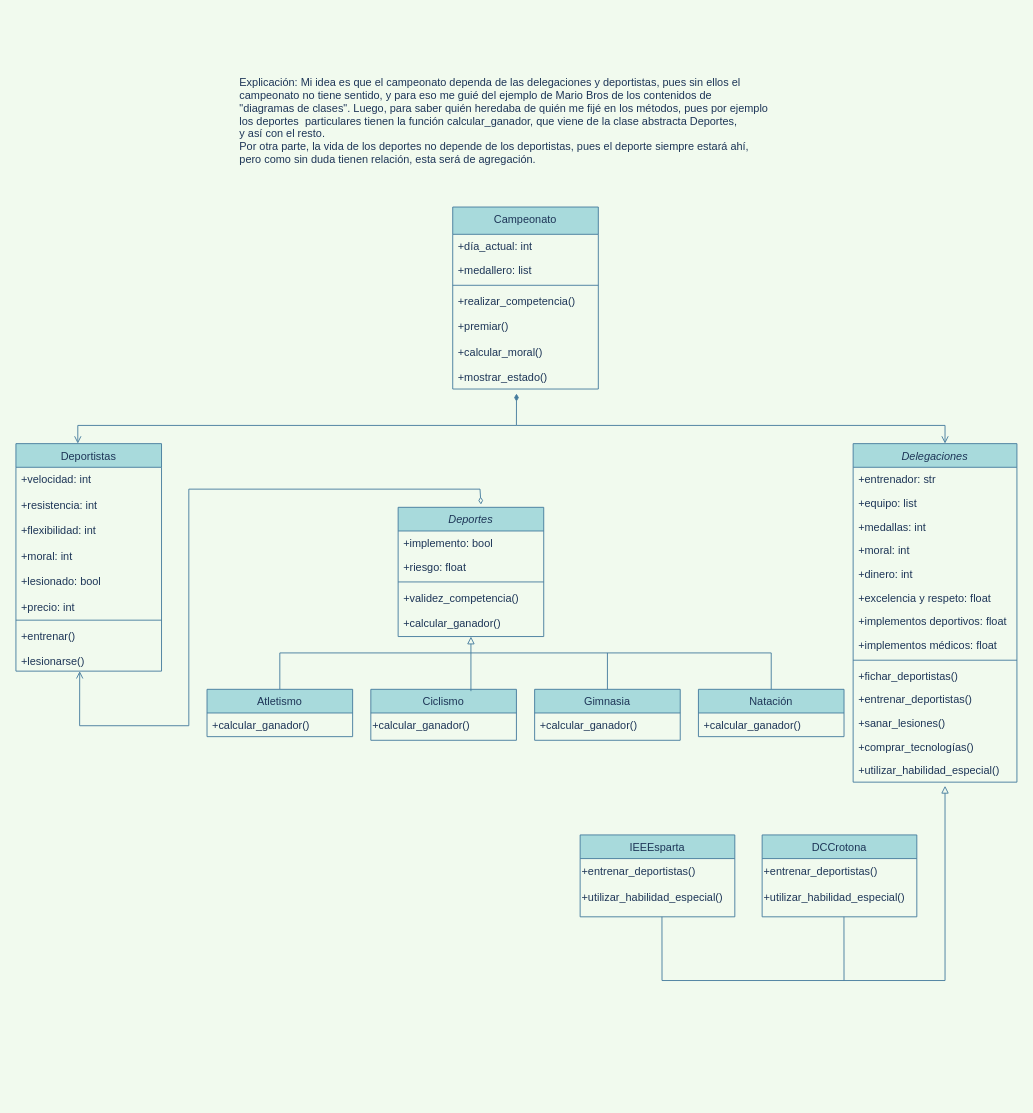
Earlier version of the draw.io diagram semana-03/Untitled Diagram.drawio (sustancia/contenidos). Source tidied: cells renumbered, new cells numbered last; positions are measured from the earlier drawing's top-left corner, leaving out a move shared by most shapes. Both pictures are drawn from the tidied source at 91%, with x=0, y=0 at pixel (15, 70).
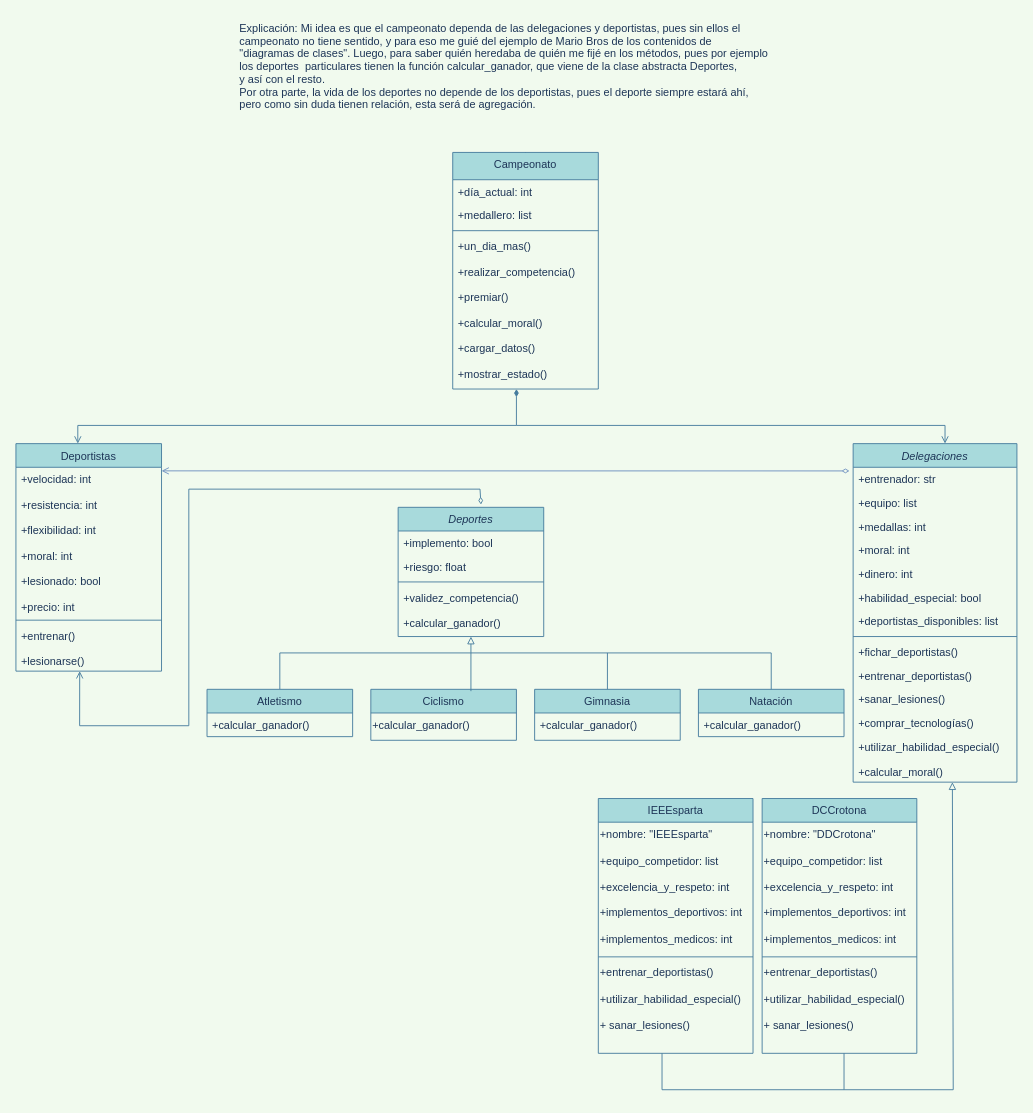
The same page after the edit.

Unchanged cells that the change refers to:
```xml
<mxCell id="22" value="Delegaciones" style="swimlane;fontStyle=2;align=center;verticalAlign=top;horizontal=1;startSize=26;rounded=0;shadow=0;strokeWidth=1;fillColor=#A8DADC;strokeColor=#457B9D;fontColor=#1D3557;" parent="1" vertex="1">
  <mxGeometry x="920" y="410" width="180" height="372" as="geometry" />
</mxCell>
<mxCell id="23" value="+entrenador: str" style="text;align=left;verticalAlign=top;spacingLeft=4;spacingRight=4;overflow=hidden;points=[[0,0.5],[1,0.5]];portConstraint=eastwest;fontColor=#1D3557;" parent="22" vertex="1">
  <mxGeometry y="26" width="180" height="26" as="geometry" />
</mxCell>
<mxCell id="38" value="+velocidad: int&#10;&#10;+resistencia: int&#10;&#10;+flexibilidad: int&#10;&#10;+moral: int&#10;&#10;+lesionado: bool&#10;&#10;+precio: int&#10;" style="text;align=left;verticalAlign=top;spacingLeft=4;spacingRight=4;overflow=hidden;points=[[0,0.5],[1,0.5]];portConstraint=eastwest;fontColor=#1D3557;" parent="37" vertex="1">
  <mxGeometry y="26" width="160" height="164" as="geometry" />
</mxCell>
```

The edit, as a diff of the source:
```diff
@@
-    <mxCell id="20" style="endArrow=none;html=1;strokeWidth=1;exitX=0.561;exitY=1.154;exitDx=0;exitDy=0;exitPerimeter=0;endFill=0;startArrow=block;startFill=0;entryX=0.529;entryY=1;entryDx=0;entryDy=0;entryPerimeter=0;rounded=0;strokeColor=#457B9D;fontColor=#1D3557;labelBackgroundColor=#F1FAEE;" parent="1" edge="1" source="36" target="49">
+    <mxCell id="20" style="endArrow=none;html=1;strokeWidth=1;endFill=0;startArrow=block;startFill=0;rounded=0;strokeColor=#457B9D;fontColor=#1D3557;labelBackgroundColor=#F1FAEE;exitX=0.606;exitY=1.04;exitDx=0;exitDy=0;exitPerimeter=0;" parent="1" edge="1" source="36">
       <mxGeometry relative="1" as="geometry">
+        <mxPoint x="710" y="1080" as="targetPoint" />
         <Array as="points">
-          <mxPoint x="1021" y="1000" />
-          <mxPoint x="710" y="1000" />
+          <mxPoint x="1030" y="1120" />
+          <mxPoint x="710" y="1120" />
         </Array>
       </mxGeometry>
     </mxCell>
-    <mxCell id="21" style="endArrow=none;html=1;strokeWidth=1;entryX=0.529;entryY=1;entryDx=0;entryDy=0;entryPerimeter=0;strokeColor=#457B9D;fontColor=#1D3557;labelBackgroundColor=#F1FAEE;" parent="1" edge="1" target="51">
+    <mxCell id="21" style="endArrow=none;html=1;strokeWidth=1;strokeColor=#457B9D;fontColor=#1D3557;labelBackgroundColor=#F1FAEE;" parent="1" edge="1">
       <mxGeometry relative="1" as="geometry">
-        <mxPoint x="910" y="1000" as="sourcePoint" />
+        <mxPoint x="910" y="1120" as="sourcePoint" />
+        <mxPoint x="910" y="1080" as="targetPoint" />
       </mxGeometry>
     </mxCell>
@@
-    <mxCell id="28" value="+excelencia y respeto: float" style="text;align=left;verticalAlign=top;spacingLeft=4;spacingRight=4;overflow=hidden;fontColor=#1D3557;" parent="22" vertex="1">
-      <mxGeometry y="156" width="180" height="26" as="geometry" />
-    </mxCell>
-    <mxCell id="29" value="+implementos deportivos: float" style="text;align=left;verticalAlign=top;spacingLeft=4;spacingRight=4;overflow=hidden;fontColor=#1D3557;" parent="22" vertex="1">
-      <mxGeometry y="182" width="180" height="26" as="geometry" />
+    <mxCell id="29" value="+habilidad_especial: bool" style="text;align=left;verticalAlign=top;spacingLeft=4;spacingRight=4;overflow=hidden;fontColor=#1D3557;" parent="22" vertex="1">
+      <mxGeometry y="156" width="180" height="26" as="geometry" />
     </mxCell>
-    <mxCell id="30" value="+implementos médicos: float" style="text;align=left;verticalAlign=top;spacingLeft=4;spacingRight=4;overflow=hidden;fontColor=#1D3557;" parent="22" vertex="1">
-      <mxGeometry y="208" width="180" height="26" as="geometry" />
+    <mxCell id="30" value="+deportistas_disponibles: list" style="text;align=left;verticalAlign=top;spacingLeft=4;spacingRight=4;overflow=hidden;fontColor=#1D3557;" parent="22" vertex="1">
+      <mxGeometry y="182" width="180" height="26" as="geometry" />
     </mxCell>
     <mxCell id="31" style="line;html=1;strokeWidth=1;align=left;verticalAlign=middle;spacingTop=-1;spacingLeft=3;spacingRight=3;labelPosition=right;fillColor=#A8DADC;strokeColor=#457B9D;fontColor=#1D3557;labelBackgroundColor=#F1FAEE;" parent="22" vertex="1">
-      <mxGeometry y="234" width="180" height="8" as="geometry" />
+      <mxGeometry y="208" width="180" height="8" as="geometry" />
     </mxCell>
     <mxCell id="32" value="+fichar_deportistas()" style="text;align=left;verticalAlign=top;spacingLeft=4;spacingRight=4;overflow=hidden;fontColor=#1D3557;" parent="22" vertex="1">
-      <mxGeometry y="242" width="180" height="26" as="geometry" />
+      <mxGeometry y="216" width="180" height="26" as="geometry" />
     </mxCell>
     <mxCell id="33" value="+entrenar_deportistas()" style="text;align=left;verticalAlign=top;spacingLeft=4;spacingRight=4;overflow=hidden;fontColor=#1D3557;" parent="22" vertex="1">
-      <mxGeometry y="268" width="180" height="26" as="geometry" />
+      <mxGeometry y="242" width="180" height="26" as="geometry" />
     </mxCell>
     <mxCell id="34" value="+sanar_lesiones()" style="text;align=left;verticalAlign=top;spacingLeft=4;spacingRight=4;overflow=hidden;fontColor=#1D3557;" parent="22" vertex="1">
-      <mxGeometry y="294" width="180" height="26" as="geometry" />
+      <mxGeometry y="268" width="180" height="26" as="geometry" />
     </mxCell>
     <mxCell id="35" value="+comprar_tecnologías()" style="text;align=left;verticalAlign=top;spacingLeft=4;spacingRight=4;overflow=hidden;fontColor=#1D3557;" parent="22" vertex="1">
-      <mxGeometry y="320" width="180" height="26" as="geometry" />
+      <mxGeometry y="294" width="180" height="26" as="geometry" />
     </mxCell>
-    <mxCell id="36" value="+utilizar_habilidad_especial()" style="text;align=left;verticalAlign=top;spacingLeft=4;spacingRight=4;overflow=hidden;points=[[0,0.5],[1,0.5]];portConstraint=eastwest;fontColor=#1D3557;" parent="22" vertex="1">
-      <mxGeometry y="346" width="180" height="26" as="geometry" />
+    <mxCell id="36" value="+utilizar_habilidad_especial()&#10;&#10;+calcular_moral()&#10;" style="text;align=left;verticalAlign=top;spacingLeft=4;spacingRight=4;overflow=hidden;points=[[0,0.5],[1,0.5]];portConstraint=eastwest;fontColor=#1D3557;" parent="22" vertex="1">
+      <mxGeometry y="320" width="180" height="50" as="geometry" />
     </mxCell>
@@
     <mxCell id="42" value="Campeonato&#10;" style="swimlane;fontStyle=0;align=center;verticalAlign=top;horizontal=1;startSize=30;rounded=0;shadow=0;strokeWidth=1;fillColor=#A8DADC;strokeColor=#457B9D;fontColor=#1D3557;" parent="1" vertex="1">
-      <mxGeometry x="480" y="150" width="160" height="200" as="geometry" />
+      <mxGeometry x="480" y="90" width="160" height="260" as="geometry" />
     </mxCell>
@@
-    <mxCell id="46" value="+realizar_competencia()&#10;&#10;+premiar()&#10;&#10;+calcular_moral()&#10;&#10;+mostrar_estado()&#10;&#10;" style="text;align=left;verticalAlign=top;spacingLeft=4;spacingRight=4;overflow=hidden;points=[[0,0.5],[1,0.5]];portConstraint=eastwest;fontColor=#1D3557;" parent="42" vertex="1">
-      <mxGeometry y="90" width="160" height="110" as="geometry" />
+    <mxCell id="46" value="+un_dia_mas()&#10;&#10;+realizar_competencia()&#10;&#10;+premiar()&#10;&#10; +calcular_moral()&#10;&#10;+cargar_datos()&#10;&#10;+mostrar_estado()&#10;" style="text;align=left;verticalAlign=top;spacingLeft=4;spacingRight=4;overflow=hidden;points=[[0,0.5],[1,0.5]];portConstraint=eastwest;fontColor=#1D3557;" parent="42" vertex="1">
+      <mxGeometry y="90" width="160" height="170" as="geometry" />
     </mxCell>
-    <mxCell id="47" style="endArrow=open;html=1;strokeWidth=1;entryX=0.561;entryY=0;entryDx=0;entryDy=0;entryPerimeter=0;rounded=0;exitX=0.438;exitY=1.045;exitDx=0;exitDy=0;exitPerimeter=0;endFill=0;startArrow=diamondThin;startFill=1;strokeColor=#457B9D;fontColor=#1D3557;labelBackgroundColor=#F1FAEE;" parent="1" edge="1" source="46" target="22">
+    <mxCell id="47" style="endArrow=open;html=1;strokeWidth=1;entryX=0.561;entryY=0;entryDx=0;entryDy=0;entryPerimeter=0;rounded=0;endFill=0;startArrow=diamondThin;startFill=1;strokeColor=#457B9D;fontColor=#1D3557;labelBackgroundColor=#F1FAEE;" parent="1" edge="1" target="22">
       <mxGeometry relative="1" as="geometry">
+        <mxPoint x="550" y="350" as="sourcePoint" />
         <Array as="points">
           <mxPoint x="550" y="390" />
           <mxPoint x="1021" y="390" />
         </Array>
       </mxGeometry>
     </mxCell>
-    <mxCell id="48" value="IEEEsparta" style="swimlane;fontStyle=0;align=center;verticalAlign=top;horizontal=1;startSize=26;rounded=0;shadow=0;strokeWidth=1;fillColor=#A8DADC;strokeColor=#457B9D;fontColor=#1D3557;" parent="1" vertex="1">
-      <mxGeometry x="620" y="840" width="170" height="90" as="geometry" />
-    </mxCell>
-    <mxCell id="49" value="&lt;div&gt;+entrenar_deportistas()&lt;br&gt;&lt;/div&gt;&lt;div&gt;&lt;br&gt;&lt;/div&gt;&lt;div&gt;+utilizar_habilidad_especial()&lt;/div&gt;&lt;div&gt;&lt;br&gt;&lt;/div&gt;" style="text;whiteSpace=wrap;html=1;fontColor=#1D3557;" parent="48" vertex="1">
-      <mxGeometry y="26" width="170" height="64" as="geometry" />
-    </mxCell>
     <mxCell id="50" value="DCCrotona" style="swimlane;fontStyle=0;align=center;verticalAlign=top;horizontal=1;startSize=26;rounded=0;shadow=0;strokeWidth=1;fillColor=#A8DADC;strokeColor=#457B9D;fontColor=#1D3557;" parent="1" vertex="1">
-      <mxGeometry x="820" y="840" width="170" height="90" as="geometry" />
+      <mxGeometry x="820" y="800" width="170" height="280" as="geometry" />
     </mxCell>
-    <mxCell id="51" value="&lt;div&gt;+entrenar_deportistas()&lt;/div&gt;&lt;div&gt;&lt;br&gt;&lt;/div&gt;&lt;div&gt;&lt;div&gt;+utilizar_habilidad_especial()&lt;/div&gt;&lt;/div&gt;" style="text;whiteSpace=wrap;html=1;fontColor=#1D3557;" parent="50" vertex="1">
-      <mxGeometry y="26" width="170" height="64" as="geometry" />
-    </mxCell>
+    <mxCell id="54" value="&lt;div&gt;+nombre: &quot;DDCrotona&quot;&lt;br&gt;&lt;/div&gt;&lt;div&gt;&lt;br&gt;&lt;/div&gt;&lt;div&gt;+equipo_competidor: list&lt;/div&gt;&lt;div&gt;&lt;br&gt;&lt;/div&gt;&lt;div&gt;+excelencia_y_respeto: int&lt;/div&gt;&lt;div&gt;&lt;br&gt;&lt;/div&gt;&lt;div&gt;+implementos_deportivos: int&lt;/div&gt;&lt;div&gt;&lt;br&gt;&lt;/div&gt;&lt;div&gt;+implementos_medicos: int&lt;br&gt;&lt;/div&gt;&lt;div&gt;&lt;br&gt;&lt;/div&gt;" style="text;whiteSpace=wrap;html=1;fontColor=#1D3557;" parent="50" vertex="1">
+      <mxGeometry y="26" width="170" height="144" as="geometry" />
+    </mxCell>
+    <mxCell id="55" style="line;html=1;strokeWidth=1;align=left;verticalAlign=middle;spacingTop=-1;spacingLeft=3;spacingRight=3;labelPosition=right;fillColor=#A8DADC;strokeColor=#457B9D;fontColor=#1D3557;labelBackgroundColor=#F1FAEE;" parent="50" vertex="1">
+      <mxGeometry y="170" width="170" height="8" as="geometry" />
+    </mxCell>
+    <mxCell id="56" value="&lt;div&gt;+entrenar_deportistas()&lt;br&gt;&lt;/div&gt;&lt;div&gt;&lt;br&gt;&lt;/div&gt;&lt;div&gt;+utilizar_habilidad_especial()&lt;/div&gt;&lt;div&gt;&lt;br&gt;&lt;/div&gt;&lt;div&gt;+ sanar_lesiones()&lt;/div&gt;&lt;div&gt;&lt;br&gt;&lt;/div&gt;" style="text;whiteSpace=wrap;html=1;fontColor=#1D3557;" parent="50" vertex="1">
+      <mxGeometry y="178" width="170" height="2" as="geometry" />
+    </mxCell>
@@
     <mxCell id="53" value="Explicación: Mi idea es que el campeonato dependa de las delegaciones y deportistas, pues sin ellos el &#10;campeonato no tiene sentido, y para eso me guié del ejemplo de Mario Bros de los contenidos de &#10;&quot;diagramas de clases&quot;. Luego, para saber quién heredaba de quién me fijé en los métodos, pues por ejemplo&#10;los deportes  particulares tienen la función calcular_ganador, que viene de la clase abstracta Deportes,&#10;y así con el resto.&#10;Por otra parte, la vida de los deportes no depende de los deportistas, pues el deporte siempre estará ahí,&#10;pero como sin duda tienen relación, esta será de agregación.&#10;&#10;&#10;&#10;&#10;&#10;" style="text;align=left;verticalAlign=top;spacingLeft=4;spacingRight=4;overflow=hidden;fontColor=#1D3557;" parent="1" vertex="1">
-      <mxGeometry x="240" width="620" height="110" as="geometry" />
+      <mxGeometry x="240" y="-60" width="620" height="110" as="geometry" />
     </mxCell>
+    <mxCell id="57" style="endArrow=diamondThin;html=1;exitX=1;exitY=0.024;exitDx=0;exitDy=0;exitPerimeter=0;endFill=0;startArrow=open;startFill=0;fillColor=#dae8fc;strokeColor=#6c8ebf;entryX=-0.022;entryY=0.154;entryDx=0;entryDy=0;entryPerimeter=0;" parent="1" edge="1" source="38" target="23">
+      <mxGeometry relative="1" as="geometry" />
+    </mxCell>
+    <mxCell id="48" value="IEEEsparta" style="swimlane;fontStyle=0;align=center;verticalAlign=top;horizontal=1;startSize=26;rounded=0;shadow=0;strokeWidth=1;fillColor=#A8DADC;strokeColor=#457B9D;fontColor=#1D3557;" parent="1" vertex="1">
+      <mxGeometry x="640" y="800" width="170" height="280" as="geometry" />
+    </mxCell>
+    <mxCell id="58" value="&lt;div&gt;+nombre: &quot;IEEEsparta&quot;&lt;br&gt;&lt;/div&gt;&lt;div&gt;&lt;br&gt;&lt;/div&gt;&lt;div&gt;+equipo_competidor: list&lt;/div&gt;&lt;div&gt;&lt;br&gt;&lt;/div&gt;&lt;div&gt;+excelencia_y_respeto: int&lt;/div&gt;&lt;div&gt;&lt;br&gt;&lt;/div&gt;&lt;div&gt;+implementos_deportivos: int&lt;/div&gt;&lt;div&gt;&lt;br&gt;&lt;/div&gt;&lt;div&gt;+implementos_medicos: int&lt;br&gt;&lt;/div&gt;&lt;div&gt;&lt;br&gt;&lt;/div&gt;" style="text;whiteSpace=wrap;html=1;fontColor=#1D3557;" parent="48" vertex="1">
+      <mxGeometry y="26" width="170" height="144" as="geometry" />
+    </mxCell>
+    <mxCell id="59" style="line;html=1;strokeWidth=1;align=left;verticalAlign=middle;spacingTop=-1;spacingLeft=3;spacingRight=3;labelPosition=right;fillColor=#A8DADC;strokeColor=#457B9D;fontColor=#1D3557;labelBackgroundColor=#F1FAEE;" parent="48" vertex="1">
+      <mxGeometry y="170" width="170" height="8" as="geometry" />
+    </mxCell>
+    <mxCell id="60" value="&lt;div&gt;+entrenar_deportistas()&lt;br&gt;&lt;/div&gt;&lt;div&gt;&lt;br&gt;&lt;/div&gt;&lt;div&gt;+utilizar_habilidad_especial()&lt;/div&gt;&lt;div&gt;&lt;br&gt;&lt;/div&gt;&lt;div&gt;+ sanar_lesiones()&lt;/div&gt;&lt;div&gt;&lt;br&gt;&lt;/div&gt;" style="text;whiteSpace=wrap;html=1;fontColor=#1D3557;" parent="48" vertex="1">
+      <mxGeometry y="178" width="170" height="2" as="geometry" />
+    </mxCell>
```
